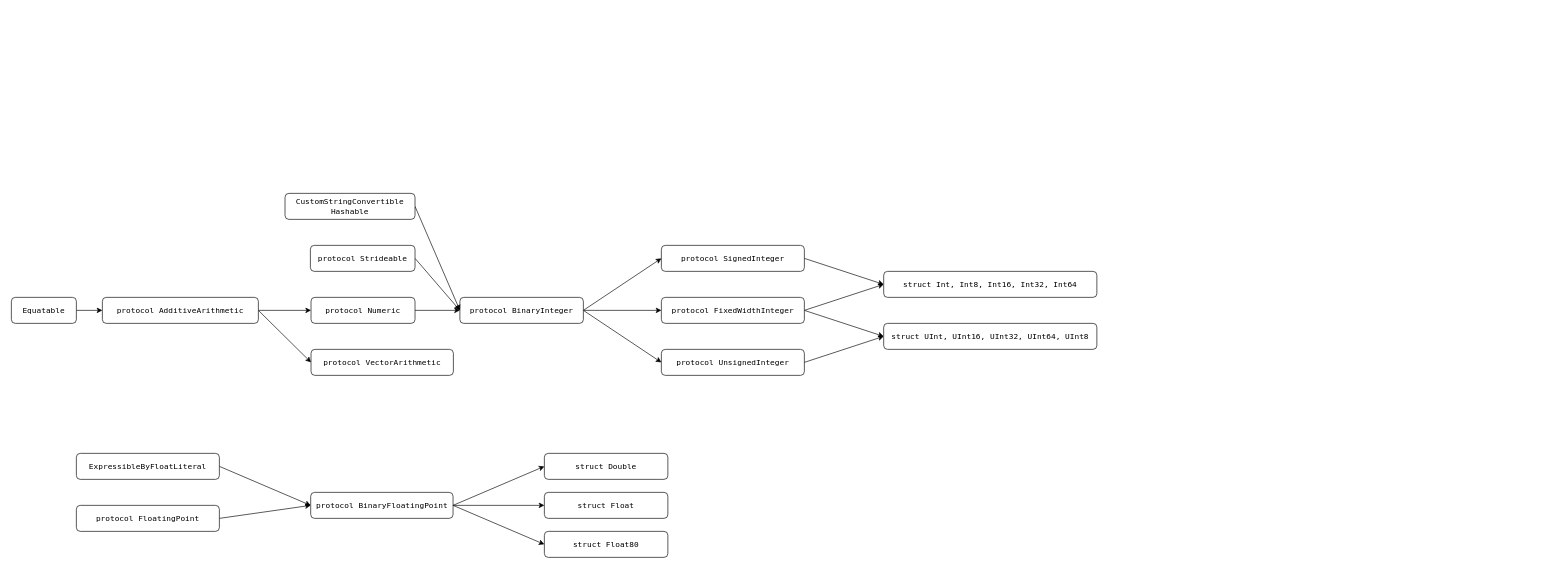
zarinabakirova/Swift-Schemes keeps this draw.io diagram as Untitled Diagram.drawio. Above is the earlier version. Source tidied: cells renumbered, new cells numbered last; positions are measured from the earlier drawing's top-left corner, leaving out a move shared by most shapes. Both pictures are drawn from the tidied source at 65%, with x=0, y=0 at pixel (11, 193).
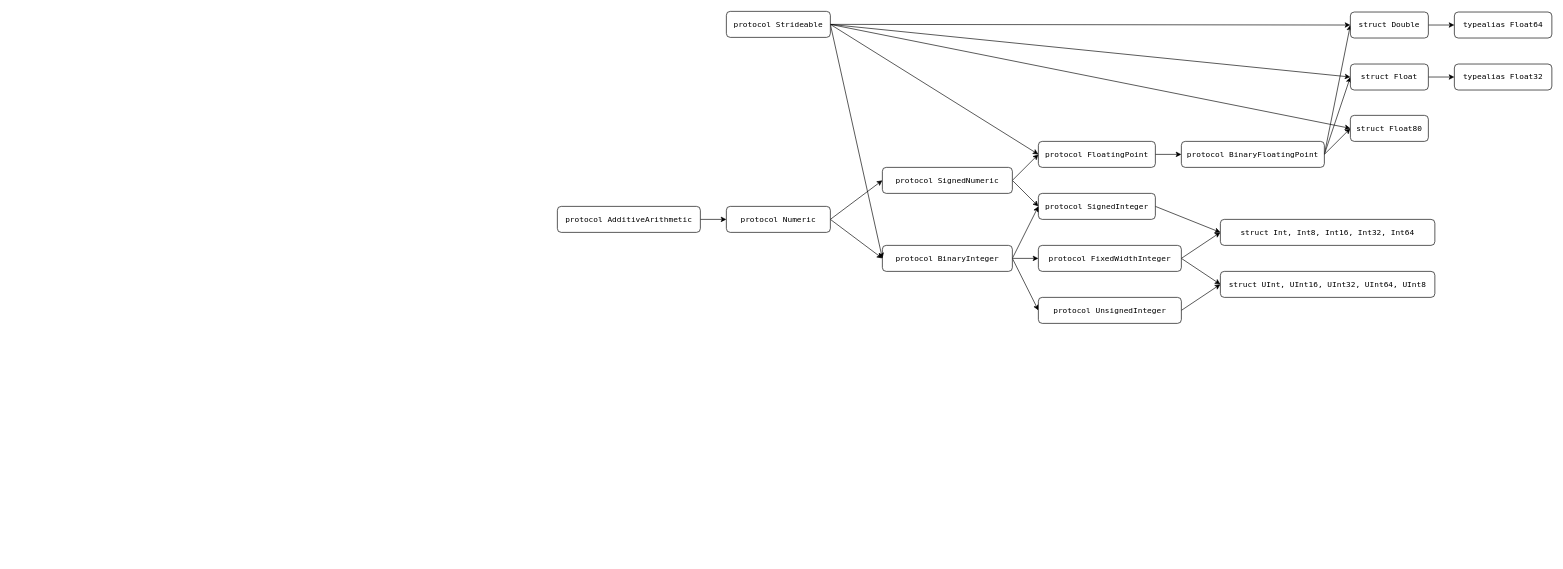
The same diagram, later.

Change to the diagram source:
```diff
@@
     <mxCell id="4" value="&lt;div&gt;&lt;div&gt;&lt;div&gt;&lt;div&gt;&lt;div&gt;&lt;div&gt;&lt;div&gt;&lt;div&gt;&lt;div&gt;&lt;div&gt;&lt;div&gt;&lt;div&gt;&lt;div&gt;&lt;div&gt;&lt;div&gt;&lt;span&gt;&lt;div&gt;&lt;div&gt;&lt;div&gt;&lt;div&gt;&lt;div&gt;&lt;div&gt;&lt;div&gt;&lt;div&gt;&lt;div&gt;&lt;div&gt;&lt;div&gt;&lt;div&gt;&lt;div&gt;&lt;div&gt;&lt;div&gt;&lt;div&gt;&lt;div&gt;&lt;div&gt;&lt;div&gt;&lt;div&gt;&lt;span&gt;&lt;div&gt;&lt;div&gt;&lt;div&gt;&lt;div&gt;&lt;div&gt;&lt;div&gt;&lt;div&gt;&lt;div&gt;&lt;div&gt;&lt;div&gt;&lt;div&gt;&lt;div&gt;&lt;div&gt;&lt;div&gt;&lt;div&gt;&lt;div&gt;&lt;table&gt;&lt;tbody&gt;&lt;tr&gt;&lt;td height=&quot;21&quot;&gt;protocol FixedWidthInteger&lt;/td&gt;&lt;/tr&gt;&lt;/tbody&gt;&lt;/table&gt;&lt;/div&gt;&lt;/div&gt;&lt;/div&gt;&lt;/div&gt;&lt;/div&gt;&lt;/div&gt;&lt;/div&gt;&lt;/div&gt;&lt;/div&gt;&lt;/div&gt;&lt;/div&gt;&lt;/div&gt;&lt;/div&gt;&lt;/div&gt;&lt;/div&gt;&lt;/div&gt;&lt;/span&gt;&lt;/div&gt;&lt;/div&gt;&lt;/div&gt;&lt;/div&gt;&lt;/div&gt;&lt;/div&gt;&lt;/div&gt;&lt;/div&gt;&lt;/div&gt;&lt;/div&gt;&lt;/div&gt;&lt;/div&gt;&lt;/div&gt;&lt;/div&gt;&lt;/div&gt;&lt;/div&gt;&lt;/div&gt;&lt;/div&gt;&lt;/div&gt;&lt;/div&gt;&lt;/span&gt;&lt;/div&gt;&lt;/div&gt;&lt;/div&gt;&lt;/div&gt;&lt;/div&gt;&lt;/div&gt;&lt;/div&gt;&lt;/div&gt;&lt;/div&gt;&lt;/div&gt;&lt;/div&gt;&lt;/div&gt;&lt;/div&gt;&lt;/div&gt;&lt;/div&gt;" style="rounded=1;whiteSpace=wrap;html=1;fontFamily=Menlo;" parent="1" vertex="1">
-      <mxGeometry x="1000" y="160" width="220" height="40" as="geometry" />
+      <mxGeometry x="1580" y="80" width="220" height="40" as="geometry" />
     </mxCell>
@@
     <mxCell id="6" value="&lt;span&gt;&lt;span&gt;&lt;table&gt;&lt;tbody&gt;&lt;tr&gt;&lt;td height=&quot;21&quot;&gt;protocol SignedInteger&lt;/td&gt;&lt;/tr&gt;&lt;/tbody&gt;&lt;/table&gt;&lt;/span&gt;&lt;/span&gt;" style="rounded=1;whiteSpace=wrap;html=1;fontFamily=Menlo;" parent="1" vertex="1">
-      <mxGeometry x="1000" y="80" width="220" height="40" as="geometry" />
+      <mxGeometry x="1580" width="180" height="40" as="geometry" />
     </mxCell>
     <mxCell id="7" value="&lt;span&gt;&lt;span&gt;struct Int,&amp;nbsp;&lt;/span&gt;&lt;/span&gt;Int8, Int16, Int32, Int64&lt;span&gt;&lt;span&gt;&lt;br&gt;&lt;/span&gt;&lt;/span&gt;" style="rounded=1;whiteSpace=wrap;html=1;fontFamily=Menlo;" parent="1" vertex="1">
-      <mxGeometry x="1342" y="120" width="328" height="40" as="geometry" />
+      <mxGeometry x="1860" y="40" width="330" height="40" as="geometry" />
     </mxCell>
@@
     <mxCell id="11" value="&lt;span&gt;&lt;span&gt;protocol BinaryInteger&lt;br&gt;&lt;/span&gt;&lt;/span&gt;" style="rounded=1;whiteSpace=wrap;html=1;fontFamily=Menlo;" parent="1" vertex="1">
-      <mxGeometry x="690" y="160" width="190" height="40" as="geometry" />
+      <mxGeometry x="1340" y="80" width="200" height="40" as="geometry" />
     </mxCell>
     <mxCell id="12" value="struct&amp;nbsp;&lt;span&gt;&lt;span&gt;UInt, UInt16, UInt32, UInt64, UInt8&lt;br&gt;&lt;/span&gt;&lt;/span&gt;" style="rounded=1;whiteSpace=wrap;html=1;fontFamily=Menlo;" parent="1" vertex="1">
-      <mxGeometry x="1342" y="200" width="328" height="40" as="geometry" />
+      <mxGeometry x="1860" y="120" width="330" height="40" as="geometry" />
     </mxCell>
@@
     <mxCell id="14" value="&lt;span&gt;&lt;span&gt;protocol UnsignedInteger&lt;br&gt;&lt;/span&gt;&lt;/span&gt;" style="rounded=1;whiteSpace=wrap;html=1;fontFamily=Menlo;" parent="1" vertex="1">
-      <mxGeometry x="1000" y="240" width="220" height="40" as="geometry" />
+      <mxGeometry x="1580" y="160" width="220" height="40" as="geometry" />
     </mxCell>
@@
+    <mxCell id="38" style="edgeStyle=none;rounded=0;jettySize=auto;html=1;exitX=1;exitY=0.5;exitDx=0;exitDy=0;entryX=0;entryY=0.5;entryDx=0;entryDy=0;" parent="1" edge="1" source="16" target="49">
+      <mxGeometry relative="1" as="geometry" />
+    </mxCell>
     <mxCell id="16" value="&lt;span&gt;&lt;span&gt;protocol Numeric&lt;br&gt;&lt;/span&gt;&lt;/span&gt;" style="rounded=1;whiteSpace=wrap;html=1;fontFamily=Menlo;" parent="1" vertex="1">
-      <mxGeometry x="461" y="160" width="160" height="40" as="geometry" />
+      <mxGeometry x="1100" y="20" width="160" height="40" as="geometry" />
     </mxCell>
@@
+    <mxCell id="39" style="edgeStyle=none;rounded=0;jettySize=auto;html=1;exitX=1;exitY=0.5;exitDx=0;exitDy=0;entryX=0;entryY=0.5;entryDx=0;entryDy=0;" parent="1" edge="1" source="18" target="33">
+      <mxGeometry relative="1" as="geometry" />
+    </mxCell>
+    <mxCell id="40" style="edgeStyle=none;rounded=0;jettySize=auto;html=1;exitX=1;exitY=0.5;exitDx=0;exitDy=0;entryX=0;entryY=0.5;entryDx=0;entryDy=0;" parent="1" edge="1" source="18" target="34">
+      <mxGeometry relative="1" as="geometry" />
+    </mxCell>
+    <mxCell id="41" style="edgeStyle=none;rounded=0;jettySize=auto;html=1;exitX=1;exitY=0.5;exitDx=0;exitDy=0;entryX=0;entryY=0.5;entryDx=0;entryDy=0;" parent="1" edge="1" source="18" target="35">
+      <mxGeometry relative="1" as="geometry" />
+    </mxCell>
+    <mxCell id="42" style="edgeStyle=none;rounded=0;jettySize=auto;html=1;exitX=1;exitY=0.5;exitDx=0;exitDy=0;entryX=0;entryY=0.5;entryDx=0;entryDy=0;" parent="1" edge="1" source="18" target="32">
+      <mxGeometry relative="1" as="geometry" />
+    </mxCell>
     <mxCell id="18" value="&lt;span&gt;&lt;span&gt;protocol Strideable&lt;br&gt;&lt;/span&gt;&lt;/span&gt;" style="rounded=1;whiteSpace=wrap;html=1;fontFamily=Menlo;" parent="1" vertex="1">
-      <mxGeometry x="460" y="80" width="161" height="40" as="geometry" />
+      <mxGeometry x="1100" y="-280" width="160" height="40" as="geometry" />
     </mxCell>
@@
-    <mxCell id="20" style="edgeStyle=none;rounded=0;jettySize=auto;html=1;exitX=1;exitY=0.5;exitDx=0;exitDy=0;entryX=0;entryY=0.5;entryDx=0;entryDy=0;" parent="1" edge="1" source="21" target="24">
-      <mxGeometry relative="1" as="geometry" />
-    </mxCell>
     <mxCell id="21" value="&lt;span&gt;&lt;span&gt;protocol AdditiveArithmetic&lt;br&gt;&lt;/span&gt;&lt;/span&gt;" style="rounded=1;whiteSpace=wrap;html=1;fontFamily=Menlo;" parent="1" vertex="1">
-      <mxGeometry x="140" y="160" width="240" height="40" as="geometry" />
+      <mxGeometry x="840" y="20" width="220" height="40" as="geometry" />
     </mxCell>
-    <mxCell id="22" style="edgeStyle=none;rounded=0;jettySize=auto;html=1;exitX=1;exitY=0.5;exitDx=0;exitDy=0;entryX=0;entryY=0.5;entryDx=0;entryDy=0;" parent="1" edge="1" source="23" target="21">
-      <mxGeometry relative="1" as="geometry" />
-    </mxCell>
-    <mxCell id="23" value="&lt;span&gt;&lt;span&gt;Equatable&lt;br&gt;&lt;/span&gt;&lt;/span&gt;" style="rounded=1;whiteSpace=wrap;html=1;fontFamily=Menlo;" parent="1" vertex="1">
-      <mxGeometry y="160" width="100" height="40" as="geometry" />
-    </mxCell>
-    <mxCell id="24" value="&lt;span&gt;&lt;span&gt;protocol VectorArithmetic&lt;br&gt;&lt;/span&gt;&lt;/span&gt;" style="rounded=1;whiteSpace=wrap;html=1;fontFamily=Menlo;" parent="1" vertex="1">
-      <mxGeometry x="461" y="240" width="219" height="40" as="geometry" />
-    </mxCell>
@@
     <mxCell id="28" value="&lt;span&gt;&lt;span&gt;protocol BinaryFloatingPoint&lt;br&gt;&lt;/span&gt;&lt;/span&gt;" style="rounded=1;whiteSpace=wrap;html=1;fontFamily=Menlo;" parent="1" vertex="1">
-      <mxGeometry x="460.5" y="460" width="219" height="40" as="geometry" />
+      <mxGeometry x="1800" y="-80" width="220" height="40" as="geometry" />
     </mxCell>
-    <mxCell id="29" style="edgeStyle=none;rounded=0;jettySize=auto;html=1;exitX=1;exitY=0.5;exitDx=0;exitDy=0;entryX=0;entryY=0.5;entryDx=0;entryDy=0;" parent="1" edge="1" source="30" target="28">
-      <mxGeometry relative="1" as="geometry" />
-    </mxCell>
-    <mxCell id="30" value="&lt;span&gt;&lt;span&gt;ExpressibleByFloatLiteral&lt;br&gt;&lt;/span&gt;&lt;/span&gt;" style="rounded=1;whiteSpace=wrap;html=1;fontFamily=Menlo;" parent="1" vertex="1">
-      <mxGeometry x="100" y="400" width="220" height="40" as="geometry" />
-    </mxCell>
@@
     <mxCell id="32" value="&lt;span&gt;&lt;span&gt;protocol FloatingPoint&lt;br&gt;&lt;/span&gt;&lt;/span&gt;" style="rounded=1;whiteSpace=wrap;html=1;fontFamily=Menlo;" parent="1" vertex="1">
-      <mxGeometry x="100" y="480" width="220" height="40" as="geometry" />
+      <mxGeometry x="1580" y="-80" width="180" height="40" as="geometry" />
     </mxCell>
+    <mxCell id="43" style="edgeStyle=none;rounded=0;jettySize=auto;html=1;exitX=1;exitY=0.5;exitDx=0;exitDy=0;entryX=0;entryY=0.5;entryDx=0;entryDy=0;" parent="1" edge="1" source="33" target="46">
+      <mxGeometry relative="1" as="geometry" />
+    </mxCell>
     <mxCell id="33" value="&lt;span&gt;&lt;span&gt;struct Double&lt;br&gt;&lt;/span&gt;&lt;/span&gt;" style="rounded=1;whiteSpace=wrap;html=1;fontFamily=Menlo;" parent="1" vertex="1">
-      <mxGeometry x="820" y="400" width="190" height="40" as="geometry" />
+      <mxGeometry x="2060" y="-279" width="120" height="40" as="geometry" />
     </mxCell>
+    <mxCell id="44" style="edgeStyle=none;rounded=0;jettySize=auto;html=1;exitX=1;exitY=0.5;exitDx=0;exitDy=0;entryX=0;entryY=0.5;entryDx=0;entryDy=0;" parent="1" edge="1" source="34" target="45">
+      <mxGeometry relative="1" as="geometry" />
+    </mxCell>
     <mxCell id="34" value="&lt;span&gt;&lt;span&gt;struct Float&lt;br&gt;&lt;/span&gt;&lt;/span&gt;" style="rounded=1;whiteSpace=wrap;html=1;fontFamily=Menlo;" parent="1" vertex="1">
-      <mxGeometry x="820" y="460" width="190" height="40" as="geometry" />
+      <mxGeometry x="2060" y="-199" width="120" height="40" as="geometry" />
     </mxCell>
     <mxCell id="35" value="&lt;span&gt;&lt;span&gt;struct Float80&lt;br&gt;&lt;/span&gt;&lt;/span&gt;" style="rounded=1;whiteSpace=wrap;html=1;fontFamily=Menlo;" parent="1" vertex="1">
-      <mxGeometry x="820" y="520" width="190" height="40" as="geometry" />
+      <mxGeometry x="2060" y="-120" width="120" height="40" as="geometry" />
     </mxCell>
-    <mxCell id="36" style="edgeStyle=none;rounded=0;jettySize=auto;html=1;exitX=1;exitY=0.5;exitDx=0;exitDy=0;entryX=0;entryY=0.5;entryDx=0;entryDy=0;" parent="1" edge="1" source="37" target="11">
-      <mxGeometry relative="1" as="geometry" />
-    </mxCell>
-    <mxCell id="37" value="&lt;span&gt;&lt;span&gt;&lt;div&gt;CustomStringConvertible&lt;/div&gt;&lt;div&gt;Hashable&lt;/div&gt;&lt;/span&gt;&lt;/span&gt;" style="rounded=1;whiteSpace=wrap;html=1;fontFamily=Menlo;" parent="1" vertex="1">
-      <mxGeometry x="421" width="200" height="40" as="geometry" />
-    </mxCell>
+    <mxCell id="45" value="&lt;span&gt;&lt;span&gt;&lt;span&gt;typealias Float32&lt;/span&gt;&lt;br&gt;&lt;/span&gt;&lt;/span&gt;" style="rounded=1;whiteSpace=wrap;html=1;fontFamily=Menlo;" parent="1" vertex="1">
+      <mxGeometry x="2220" y="-199" width="150" height="40" as="geometry" />
+    </mxCell>
+    <mxCell id="46" value="&lt;span&gt;&lt;span&gt;&lt;span&gt;typealias Float64&lt;/span&gt;&lt;br&gt;&lt;/span&gt;&lt;/span&gt;" style="rounded=1;whiteSpace=wrap;html=1;fontFamily=Menlo;" parent="1" vertex="1">
+      <mxGeometry x="2220" y="-279" width="150" height="40" as="geometry" />
+    </mxCell>
+    <mxCell id="47" style="edgeStyle=none;rounded=0;jettySize=auto;html=1;exitX=1;exitY=0.5;exitDx=0;exitDy=0;entryX=0;entryY=0.5;entryDx=0;entryDy=0;" parent="1" edge="1" source="49" target="32">
+      <mxGeometry relative="1" as="geometry" />
+    </mxCell>
+    <mxCell id="48" style="edgeStyle=none;rounded=0;jettySize=auto;html=1;exitX=1;exitY=0.5;exitDx=0;exitDy=0;entryX=0;entryY=0.5;entryDx=0;entryDy=0;" parent="1" edge="1" source="49" target="6">
+      <mxGeometry relative="1" as="geometry" />
+    </mxCell>
+    <mxCell id="49" value="&lt;span&gt;&lt;span&gt;&lt;span&gt;protocol SignedNumeric&lt;/span&gt;&lt;br&gt;&lt;/span&gt;&lt;/span&gt;" style="rounded=1;whiteSpace=wrap;html=1;fontFamily=Menlo;" parent="1" vertex="1">
+      <mxGeometry x="1340" y="-40" width="200" height="40" as="geometry" />
+    </mxCell>
```
